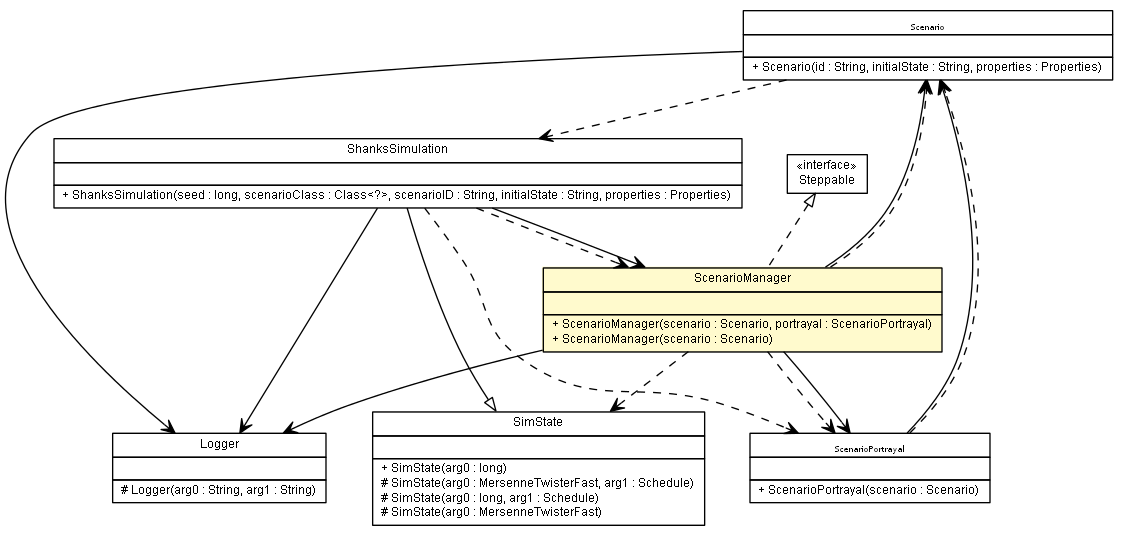
Above: apidocs/es/upm/dit/gsi/shanks/model/ScenarioManager.png in gsi-upm/Shanks (Graphviz), before the change. Its source is kept beside it as apidocs/es/upm/dit/gsi/shanks/model/ScenarioManager.dot.
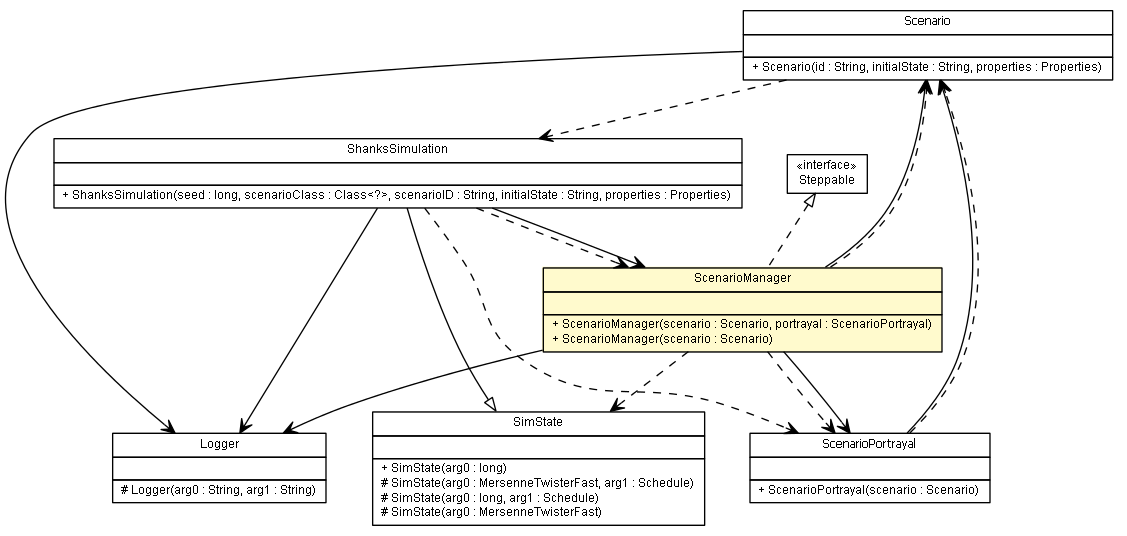
After the commit.

What changed in the source:
```diff
@@ -60,11 +60,11 @@
 	c7703:p -> c7695:p [taillabel="", label="", headlabel="", fontname="arial", fontcolor="black", fontsize=10.0, color="black", arrowhead=open];
 	c7678:p -> c7703:p [taillabel="", label="", headlabel="", fontname="arial", fontcolor="black", fontsize=10.0, color="black", arrowhead=open, style=dashed];
 	c7686:p -> c7678:p [taillabel="", label="", headlabel="", fontname="arial", fontcolor="black", fontsize=10.0, color="black", arrowhead=open, style=dashed];
-	c7695:p -> c7678:p [taillabel="", label="", headlabel="", fontname="arial", fontcolor="black", fontsize=10.0, color="black", arrowhead=open, style=dashed];
 	c7695:p -> c7705:p [taillabel="", label="", headlabel="", fontname="arial", fontcolor="black", fontsize=10.0, color="black", arrowhead=open, style=dashed];
 	c7695:p -> c7686:p [taillabel="", label="", headlabel="", fontname="arial", fontcolor="black", fontsize=10.0, color="black", arrowhead=open, style=dashed];
+	c7695:p -> c7678:p [taillabel="", label="", headlabel="", fontname="arial", fontcolor="black", fontsize=10.0, color="black", arrowhead=open, style=dashed];
+	c7703:p -> c7686:p [taillabel="", label="", headlabel="", fontname="arial", fontcolor="black", fontsize=10.0, color="black", arrowhead=open, style=dashed];
 	c7703:p -> c7695:p [taillabel="", label="", headlabel="", fontname="arial", fontcolor="black", fontsize=10.0, color="black", arrowhead=open, style=dashed];
-	c7703:p -> c7686:p [taillabel="", label="", headlabel="", fontname="arial", fontcolor="black", fontsize=10.0, color="black", arrowhead=open, style=dashed];
 	c7705 [label=<<table title="sim.engine.SimState" border="0" cellborder="1" cellspacing="0" cellpadding="2" port="p" href="http://java.sun.com/j2se/1.4.2/docs/api/sim/engine/SimState.html">
 		<tr><td><table border="0" cellspacing="0" cellpadding="1">
 <tr><td align="center" balign="center"> SimState </td></tr>
```
